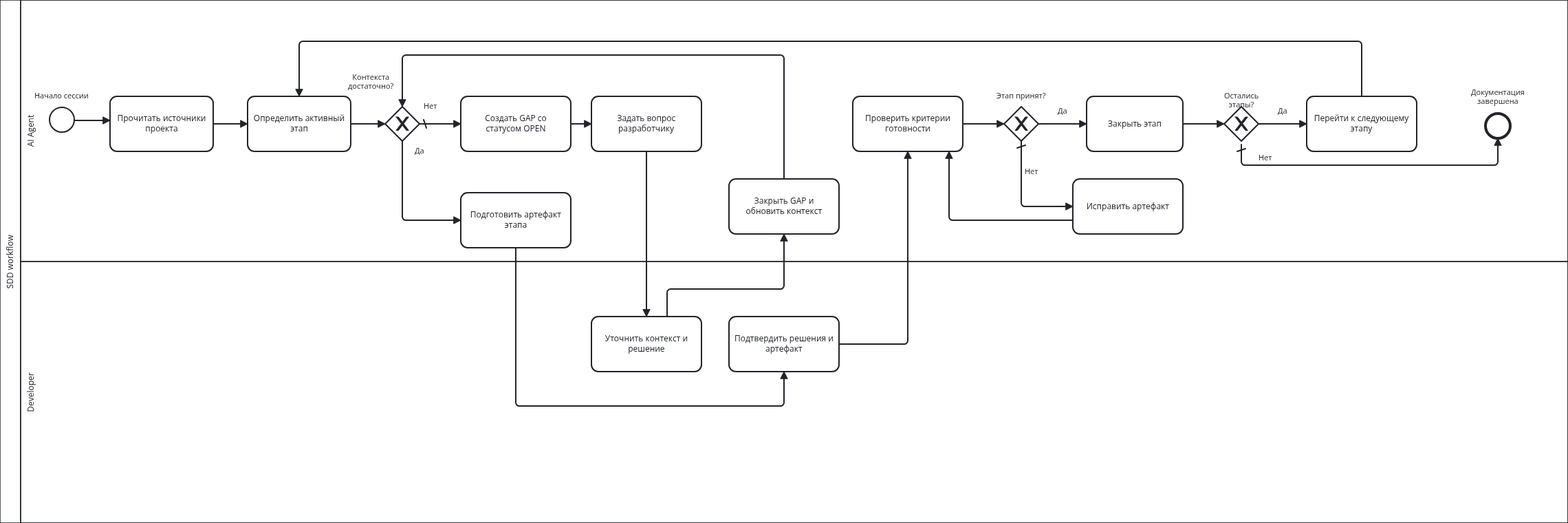
Earlier version of the BPMN export .diagrams/SDD-Development-Process.png (Druk83/sdd-template). Its source is kept beside it as .diagrams/SDD-Development-Process.bpmn. Ids are renumbered.
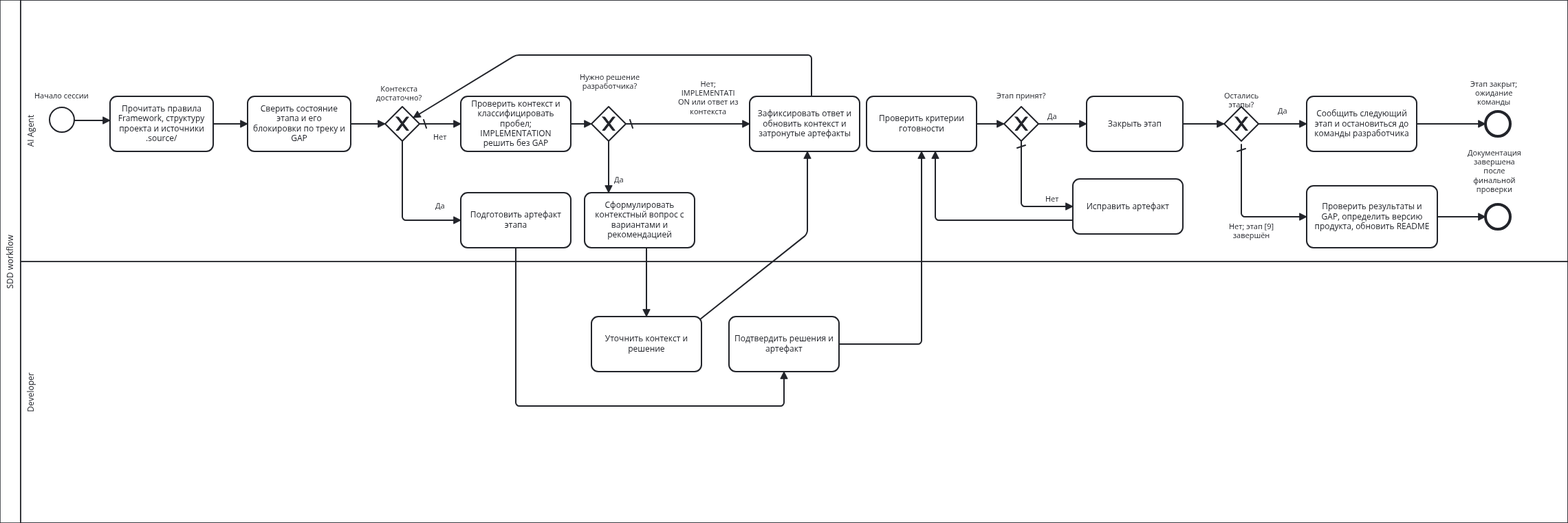
After the commit.

What changed in the source:
```diff
@@ -8,31 +8,33 @@
         <bpmn:flowNodeRef>Task_ReadContext</bpmn:flowNodeRef>
         <bpmn:flowNodeRef>Task_DetermineStage</bpmn:flowNodeRef>
         <bpmn:flowNodeRef>Gateway_Context</bpmn:flowNodeRef>
-        <bpmn:flowNodeRef>Task_UpdateContext</bpmn:flowNodeRef>
-        <bpmn:flowNodeRef>Task_ValidateArtifact</bpmn:flowNodeRef>
         <bpmn:flowNodeRef>Gateway_Acceptance</bpmn:flowNodeRef>
         <bpmn:flowNodeRef>Task_ReviseArtifact</bpmn:flowNodeRef>
         <bpmn:flowNodeRef>Task_CloseStage</bpmn:flowNodeRef>
         <bpmn:flowNodeRef>Gateway_MoreStages</bpmn:flowNodeRef>
         <bpmn:flowNodeRef>Task_AdvanceStage</bpmn:flowNodeRef>
         <bpmn:flowNodeRef>EndEvent_Completed</bpmn:flowNodeRef>
+        <bpmn:flowNodeRef>EndEvent_StageClosed</bpmn:flowNodeRef>
         <bpmn:flowNodeRef>StartEvent_Session</bpmn:flowNodeRef>
         <bpmn:flowNodeRef>Task_CreateGap</bpmn:flowNodeRef>
+        <bpmn:flowNodeRef>Gateway_GapNeedsDecision</bpmn:flowNodeRef>
+        <bpmn:flowNodeRef>Task_PrepareArtifact</bpmn:flowNodeRef>
+        <bpmn:flowNodeRef>Task_Finalize</bpmn:flowNodeRef>
         <bpmn:flowNodeRef>Task_RequestClarification</bpmn:flowNodeRef>
-        <bpmn:flowNodeRef>Task_PrepareArtifact</bpmn:flowNodeRef>
+        <bpmn:flowNodeRef>Task_ValidateArtifact</bpmn:flowNodeRef>
+        <bpmn:flowNodeRef>Task_UpdateContext</bpmn:flowNodeRef>
       </bpmn:lane>
       <bpmn:lane id="Lane_Developer" name="Developer">
         <bpmn:flowNodeRef>Task_ProvideClarification</bpmn:flowNodeRef>
         <bpmn:flowNodeRef>Task_ConfirmArtifact</bpmn:flowNodeRef>
       </bpmn:lane>
     </bpmn:laneSet>
-    <bpmn:task id="Task_ReadContext" name="Прочитать источники проекта">
+    <bpmn:task id="Task_ReadContext" name="Прочитать правила Framework, структуру проекта и источники .source/">
       <bpmn:incoming>Flow_Start_Read</bpmn:incoming>
       <bpmn:outgoing>Flow_Read_Determine</bpmn:outgoing>
     </bpmn:task>
-    <bpmn:task id="Task_DetermineStage" name="Определить активный этап">
+    <bpmn:task id="Task_DetermineStage" name="Сверить состояние этапа и его блокировки по треку и GAP">
       <bpmn:incoming>Flow_Read_Determine</bpmn:incoming>
-      <bpmn:incoming>Flow_Advance_Determine</bpmn:incoming>
       <bpmn:outgoing>Flow_Determine_Context</bpmn:outgoing>
     </bpmn:task>
     <bpmn:exclusiveGateway id="Gateway_Context" name="Контекста достаточно?" default="Flow_Context_No">
@@ -45,18 +47,14 @@
       <bpmn:incoming>Flow_Request_Provide</bpmn:incoming>
       <bpmn:outgoing>Flow_Provide_Update</bpmn:outgoing>
     </bpmn:task>
-    <bpmn:task id="Task_UpdateContext" name="Закрыть GAP и обновить контекст">
-      <bpmn:incoming>Flow_Provide_Update</bpmn:incoming>
-      <bpmn:outgoing>Flow_Update_Context</bpmn:outgoing>
-    </bpmn:task>
+    <bpmn:exclusiveGateway id="Gateway_GapNeedsDecision" name="Нужно решение разработчика?" default="Flow_Gap_Internal">
+      <bpmn:incoming>Flow_Gap_Request</bpmn:incoming>
+      <bpmn:outgoing>Flow_Gap_Ask</bpmn:outgoing>
+      <bpmn:outgoing>Flow_Gap_Internal</bpmn:outgoing>
+    </bpmn:exclusiveGateway>
     <bpmn:task id="Task_ConfirmArtifact" name="Подтвердить решения и артефакт">
       <bpmn:incoming>Flow_Prepare_Confirm</bpmn:incoming>
       <bpmn:outgoing>Flow_Confirm_Validate</bpmn:outgoing>
-    </bpmn:task>
-    <bpmn:task id="Task_ValidateArtifact" name="Проверить критерии готовности">
-      <bpmn:incoming>Flow_Confirm_Validate</bpmn:incoming>
-      <bpmn:incoming>Flow_Revise_Validate</bpmn:incoming>
-      <bpmn:outgoing>Flow_Validate_Acceptance</bpmn:outgoing>
     </bpmn:task>
     <bpmn:exclusiveGateway id="Gateway_Acceptance" name="Этап принят?" default="Flow_Accept_No">
       <bpmn:incoming>Flow_Validate_Acceptance</bpmn:incoming>
@@ -76,19 +74,24 @@
       <bpmn:outgoing>Flow_More_Yes</bpmn:outgoing>
       <bpmn:outgoing>Flow_More_No</bpmn:outgoing>
     </bpmn:exclusiveGateway>
-    <bpmn:task id="Task_AdvanceStage" name="Перейти к следующему этапу">
+    <bpmn:task id="Task_AdvanceStage" name="Сообщить следующий этап и остановиться до команды разработчика">
       <bpmn:incoming>Flow_More_Yes</bpmn:incoming>
-      <bpmn:outgoing>Flow_Advance_Determine</bpmn:outgoing>
+      <bpmn:outgoing>Flow_StageClosed</bpmn:outgoing>
     </bpmn:task>
-    <bpmn:endEvent id="EndEvent_Completed" name="Документация завершена">
-      <bpmn:incoming>Flow_More_No</bpmn:incoming>
+    <bpmn:endEvent id="EndEvent_Completed" name="Документация завершена после финальной проверки">
+      <bpmn:incoming>Flow_Finalize_Complete</bpmn:incoming>
+    </bpmn:endEvent>
+    <bpmn:endEvent id="EndEvent_StageClosed" name="Этап закрыт; ожидание команды">
+      <bpmn:incoming>Flow_StageClosed</bpmn:incoming>
     </bpmn:endEvent>
     <bpmn:sequenceFlow id="Flow_Start_Read" sourceRef="StartEvent_Session" targetRef="Task_ReadContext" />
     <bpmn:sequenceFlow id="Flow_Read_Determine" sourceRef="Task_ReadContext" targetRef="Task_DetermineStage" />
     <bpmn:sequenceFlow id="Flow_Determine_Context" sourceRef="Task_DetermineStage" targetRef="Gateway_Context" />
     <bpmn:sequenceFlow id="Flow_Context_Yes" name="Да" sourceRef="Gateway_Context" targetRef="Task_PrepareArtifact" />
     <bpmn:sequenceFlow id="Flow_Context_No" name="Нет" sourceRef="Gateway_Context" targetRef="Task_CreateGap" />
-    <bpmn:sequenceFlow id="Flow_Gap_Request" sourceRef="Task_CreateGap" targetRef="Task_RequestClarification" />
+    <bpmn:sequenceFlow id="Flow_Gap_Request" sourceRef="Task_CreateGap" targetRef="Gateway_GapNeedsDecision" />
+    <bpmn:sequenceFlow id="Flow_Gap_Ask" name="Да" sourceRef="Gateway_GapNeedsDecision" targetRef="Task_RequestClarification" />
+    <bpmn:sequenceFlow id="Flow_Gap_Internal" name="Нет; IMPLEMENTATION или ответ из контекста" sourceRef="Gateway_GapNeedsDecision" targetRef="Task_UpdateContext" />
     <bpmn:sequenceFlow id="Flow_Request_Provide" sourceRef="Task_RequestClarification" targetRef="Task_ProvideClarification" />
     <bpmn:sequenceFlow id="Flow_Provide_Update" sourceRef="Task_ProvideClarification" targetRef="Task_UpdateContext" />
     <bpmn:sequenceFlow id="Flow_Update_Context" sourceRef="Task_UpdateContext" targetRef="Gateway_Context" />
@@ -100,22 +103,37 @@
     <bpmn:sequenceFlow id="Flow_Revise_Validate" sourceRef="Task_ReviseArtifact" targetRef="Task_ValidateArtifact" />
     <bpmn:sequenceFlow id="Flow_Close_More" sourceRef="Task_CloseStage" targetRef="Gateway_MoreStages" />
     <bpmn:sequenceFlow id="Flow_More_Yes" name="Да" sourceRef="Gateway_MoreStages" targetRef="Task_AdvanceStage" />
-    <bpmn:sequenceFlow id="Flow_More_No" name="Нет" sourceRef="Gateway_MoreStages" targetRef="EndEvent_Completed" />
-    <bpmn:sequenceFlow id="Flow_Advance_Determine" sourceRef="Task_AdvanceStage" targetRef="Task_DetermineStage" />
+    <bpmn:sequenceFlow id="Flow_More_No" name="Нет; этап [9] завершён" sourceRef="Gateway_MoreStages" targetRef="Task_Finalize" />
+    <bpmn:sequenceFlow id="Flow_StageClosed" sourceRef="Task_AdvanceStage" targetRef="EndEvent_StageClosed" />
+    <bpmn:sequenceFlow id="Flow_Finalize_Complete" sourceRef="Task_Finalize" targetRef="EndEvent_Completed" />
     <bpmn:startEvent id="StartEvent_Session" name="Начало сессии">
       <bpmn:outgoing>Flow_Start_Read</bpmn:outgoing>
     </bpmn:startEvent>
-    <bpmn:task id="Task_CreateGap" name="Создать GAP со статусом OPEN">
+    <bpmn:task id="Task_CreateGap" name="Проверить контекст и классифицировать пробел; IMPLEMENTATION решить без GAP">
       <bpmn:incoming>Flow_Context_No</bpmn:incoming>
       <bpmn:outgoing>Flow_Gap_Request</bpmn:outgoing>
-    </bpmn:task>
-    <bpmn:task id="Task_RequestClarification" name="Задать вопрос разработчику">
-      <bpmn:incoming>Flow_Gap_Request</bpmn:incoming>
-      <bpmn:outgoing>Flow_Request_Provide</bpmn:outgoing>
     </bpmn:task>
     <bpmn:task id="Task_PrepareArtifact" name="Подготовить артефакт этапа">
       <bpmn:incoming>Flow_Context_Yes</bpmn:incoming>
       <bpmn:outgoing>Flow_Prepare_Confirm</bpmn:outgoing>
+    </bpmn:task>
+    <bpmn:task id="Task_Finalize" name="Проверить результаты и GAP, определить версию продукта, обновить README">
+      <bpmn:incoming>Flow_More_No</bpmn:incoming>
+      <bpmn:outgoing>Flow_Finalize_Complete</bpmn:outgoing>
+    </bpmn:task>
+    <bpmn:task id="Task_RequestClarification" name="Сформулировать контекстный вопрос с вариантами и рекомендацией">
+      <bpmn:incoming>Flow_Gap_Ask</bpmn:incoming>
+      <bpmn:outgoing>Flow_Request_Provide</bpmn:outgoing>
+    </bpmn:task>
+    <bpmn:task id="Task_ValidateArtifact" name="Проверить критерии готовности">
+      <bpmn:incoming>Flow_Confirm_Validate</bpmn:incoming>
+      <bpmn:incoming>Flow_Revise_Validate</bpmn:incoming>
+      <bpmn:outgoing>Flow_Validate_Acceptance</bpmn:outgoing>
+    </bpmn:task>
+    <bpmn:task id="Task_UpdateContext" name="Зафиксировать ответ и обновить контекст и затронутые артефакты">
+      <bpmn:incoming>Flow_Provide_Update</bpmn:incoming>
+      <bpmn:incoming>Flow_Gap_Internal</bpmn:incoming>
+      <bpmn:outgoing>Flow_Update_Context</bpmn:outgoing>
     </bpmn:task>
   </bpmn:process>
   <bpmndi:BPMNDiagram id="BPMNDiagram_SDD">
@@ -138,20 +156,20 @@
       <bpmndi:BPMNShape id="Gateway_Context_di" bpmnElement="Gateway_Context" isMarkerVisible="true">
         <dc:Bounds x="600" y="195" width="50" height="50" />
         <bpmndi:BPMNLabel>
-          <dc:Bounds x="548" y="146" width="63" height="27" />
+          <dc:Bounds x="561" y="163" width="118" height="14" />
         </bpmndi:BPMNLabel>
       </bpmndi:BPMNShape>
       <bpmndi:BPMNShape id="Task_ProvideClarification_di" bpmnElement="Task_ProvideClarification">
         <dc:Bounds x="900" y="500" width="160" height="80" />
       </bpmndi:BPMNShape>
-      <bpmndi:BPMNShape id="Task_UpdateContext_di" bpmnElement="Task_UpdateContext">
-        <dc:Bounds x="1100" y="300" width="160" height="80" />
+      <bpmndi:BPMNShape id="Gateway_GapNeedsDecision_di" bpmnElement="Gateway_GapNeedsDecision" isMarkerVisible="true">
+        <dc:Bounds x="900" y="195" width="50" height="50" />
+        <bpmndi:BPMNLabel>
+          <dc:Bounds x="872" y="146" width="110" height="32" />
+        </bpmndi:BPMNLabel>
       </bpmndi:BPMNShape>
       <bpmndi:BPMNShape id="Task_ConfirmArtifact_di" bpmnElement="Task_ConfirmArtifact">
         <dc:Bounds x="1100" y="500" width="160" height="80" />
-      </bpmndi:BPMNShape>
-      <bpmndi:BPMNShape id="Task_ValidateArtifact_di" bpmnElement="Task_ValidateArtifact">
-        <dc:Bounds x="1280" y="180" width="160" height="80" />
       </bpmndi:BPMNShape>
       <bpmndi:BPMNShape id="Gateway_Acceptance_di" bpmnElement="Gateway_Acceptance" isMarkerVisible="true">
         <dc:Bounds x="1500" y="195" width="50" height="50" />
@@ -175,9 +193,15 @@
         <dc:Bounds x="1940" y="180" width="160" height="80" />
       </bpmndi:BPMNShape>
       <bpmndi:BPMNShape id="EndEvent_Completed_di" bpmnElement="EndEvent_Completed">
-        <dc:Bounds x="2200" y="205" width="36" height="36" />
+        <dc:Bounds x="2200" y="337" width="36" height="36" />
         <bpmndi:BPMNLabel>
-          <dc:Bounds x="2182" y="167.5" width="72" height="27" />
+          <dc:Bounds x="2142" y="256" width="142" height="27" />
+        </bpmndi:BPMNLabel>
+      </bpmndi:BPMNShape>
+      <bpmndi:BPMNShape id="EndEvent_StageClosed_di" bpmnElement="EndEvent_StageClosed">
+        <dc:Bounds x="2200" y="202" width="36" height="36" />
+        <bpmndi:BPMNLabel>
+          <dc:Bounds x="2163" y="156" width="99" height="27" />
         </bpmndi:BPMNLabel>
       </bpmndi:BPMNShape>
       <bpmndi:BPMNShape id="StartEvent_Session_di" bpmnElement="StartEvent_Session">
@@ -189,11 +213,20 @@
       <bpmndi:BPMNShape id="Task_CreateGap_di" bpmnElement="Task_CreateGap">
         <dc:Bounds x="710" y="180" width="160" height="80" />
       </bpmndi:BPMNShape>
-      <bpmndi:BPMNShape id="Task_RequestClarification_di" bpmnElement="Task_RequestClarification">
-        <dc:Bounds x="900" y="180" width="160" height="80" />
-      </bpmndi:BPMNShape>
       <bpmndi:BPMNShape id="Task_PrepareArtifact_di" bpmnElement="Task_PrepareArtifact">
         <dc:Bounds x="710" y="320" width="160" height="80" />
+      </bpmndi:BPMNShape>
+      <bpmndi:BPMNShape id="Task_Finalize_di" bpmnElement="Task_Finalize">
+        <dc:Bounds x="1940" y="310" width="190" height="90" />
+      </bpmndi:BPMNShape>
+      <bpmndi:BPMNShape id="Task_RequestClarification_di" bpmnElement="Task_RequestClarification">
+        <dc:Bounds x="890" y="320" width="160" height="80" />
+      </bpmndi:BPMNShape>
+      <bpmndi:BPMNShape id="Task_ValidateArtifact_di" bpmnElement="Task_ValidateArtifact">
+        <dc:Bounds x="1300" y="180" width="160" height="80" />
+      </bpmndi:BPMNShape>
+      <bpmndi:BPMNShape id="Task_UpdateContext_di" bpmnElement="Task_UpdateContext">
+        <dc:Bounds x="1130" y="180" width="160" height="80" />
       </bpmndi:BPMNShape>
       <bpmndi:BPMNEdge id="Flow_Start_Read_di" bpmnElement="Flow_Start_Read">
         <di:waypoint x="148" y="215" />
@@ -212,35 +245,48 @@
         <di:waypoint x="625" y="360" />
         <di:waypoint x="710" y="360" />
         <bpmndi:BPMNLabel>
-          <dc:Bounds x="643" y="253" width="13" height="14" />
+          <dc:Bounds x="673" y="333" width="14" height="14" />
         </bpmndi:BPMNLabel>
       </bpmndi:BPMNEdge>
       <bpmndi:BPMNEdge id="Flow_Context_No_di" bpmnElement="Flow_Context_No">
         <di:waypoint x="650" y="220" />
         <di:waypoint x="710" y="220" />
         <bpmndi:BPMNLabel>
-          <dc:Bounds x="656" y="188" width="20" height="14" />
+          <dc:Bounds x="670" y="233" width="19" height="14" />
         </bpmndi:BPMNLabel>
       </bpmndi:BPMNEdge>
       <bpmndi:BPMNEdge id="Flow_Gap_Request_di" bpmnElement="Flow_Gap_Request">
         <di:waypoint x="870" y="220" />
         <di:waypoint x="900" y="220" />
       </bpmndi:BPMNEdge>
+      <bpmndi:BPMNEdge id="Flow_Gap_Ask_di" bpmnElement="Flow_Gap_Ask">
+        <di:waypoint x="925" y="245" />
+        <di:waypoint x="925" y="320" />
+        <bpmndi:BPMNLabel>
+          <dc:Bounds x="933" y="295" width="14" height="14" />
+        </bpmndi:BPMNLabel>
+      </bpmndi:BPMNEdge>
+      <bpmndi:BPMNEdge id="Flow_Gap_Internal_di" bpmnElement="Flow_Gap_Internal">
+        <di:waypoint x="950" y="220" />
+        <di:waypoint x="1130" y="220" />
+        <bpmndi:BPMNLabel>
+          <dc:Bounds x="1020" y="156" width="100" height="53" />
+        </bpmndi:BPMNLabel>
+      </bpmndi:BPMNEdge>
       <bpmndi:BPMNEdge id="Flow_Request_Provide_di" bpmnElement="Flow_Request_Provide">
-        <di:waypoint x="980" y="260" />
+        <di:waypoint x="980" y="400" />
         <di:waypoint x="980" y="500" />
       </bpmndi:BPMNEdge>
       <bpmndi:BPMNEdge id="Flow_Provide_Update_di" bpmnElement="Flow_Provide_Update">
-        <di:waypoint x="1010" y="500" />
-        <di:waypoint x="1010" y="460" />
-        <di:waypoint x="1180" y="460" />
-        <di:waypoint x="1180" y="380" />
+        <di:waypoint x="1058" y="504" />
+        <di:waypoint x="1214" y="380" />
+        <di:waypoint x="1214" y="260" />
       </bpmndi:BPMNEdge>
       <bpmndi:BPMNEdge id="Flow_Update_Context_di" bpmnElement="Flow_Update_Context">
-        <di:waypoint x="1180" y="300" />
-        <di:waypoint x="1180" y="120" />
-        <di:waypoint x="625" y="120" />
-        <di:waypoint x="625" y="195" />
+        <di:waypoint x="1220" y="180" />
+        <di:waypoint x="1220" y="120" />
+        <di:waypoint x="790" y="120" />
+        <di:waypoint x="641" y="211" />
       </bpmndi:BPMNEdge>
       <bpmndi:BPMNEdge id="Flow_Prepare_Confirm_di" bpmnElement="Flow_Prepare_Confirm">
         <di:waypoint x="790" y="400" />
@@ -250,26 +296,32 @@
       </bpmndi:BPMNEdge>
       <bpmndi:BPMNEdge id="Flow_Confirm_Validate_di" bpmnElement="Flow_Confirm_Validate">
         <di:waypoint x="1260" y="540" />
-        <di:waypoint x="1360" y="540" />
-        <di:waypoint x="1360" y="260" />
+        <di:waypoint x="1380" y="540" />
+        <di:waypoint x="1380" y="260" />
       </bpmndi:BPMNEdge>
       <bpmndi:BPMNEdge id="Flow_Validate_Acceptance_di" bpmnElement="Flow_Validate_Acceptance">
-        <di:waypoint x="1440" y="220" />
+        <di:waypoint x="1460" y="220" />
         <di:waypoint x="1500" y="220" />
       </bpmndi:BPMNEdge>
       <bpmndi:BPMNEdge id="Flow_Accept_Yes_di" bpmnElement="Flow_Accept_Yes">
         <di:waypoint x="1550" y="220" />
         <di:waypoint x="1620" y="220" />
+        <bpmndi:BPMNLabel>
+          <dc:Bounds x="1563" y="203" width="14" height="14" />
+        </bpmndi:BPMNLabel>
       </bpmndi:BPMNEdge>
       <bpmndi:BPMNEdge id="Flow_Accept_No_di" bpmnElement="Flow_Accept_No">
         <di:waypoint x="1525" y="245" />
         <di:waypoint x="1525" y="340" />
         <di:waypoint x="1600" y="340" />
+        <bpmndi:BPMNLabel>
+          <dc:Bounds x="1560" y="323" width="19" height="14" />
+        </bpmndi:BPMNLabel>
       </bpmndi:BPMNEdge>
       <bpmndi:BPMNEdge id="Flow_Revise_Validate_di" bpmnElement="Flow_Revise_Validate">
         <di:waypoint x="1600" y="360" />
-        <di:waypoint x="1420" y="360" />
-        <di:waypoint x="1420" y="260" />
+        <di:waypoint x="1400" y="360" />
+        <di:waypoint x="1400" y="260" />
       </bpmndi:BPMNEdge>
       <bpmndi:BPMNEdge id="Flow_Close_More_di" bpmnElement="Flow_Close_More">
         <di:waypoint x="1760" y="220" />
@@ -281,18 +333,19 @@
       </bpmndi:BPMNEdge>
       <bpmndi:BPMNEdge id="Flow_More_No_di" bpmnElement="Flow_More_No">
         <di:waypoint x="1845" y="250" />
-        <di:waypoint x="1845" y="280" />
-        <di:waypoint x="2218" y="280" />
-        <di:waypoint x="2218" y="241" />
+        <di:waypoint x="1845" y="355" />
+        <di:waypoint x="1940" y="355" />
         <bpmndi:BPMNLabel>
-          <dc:Bounds x="1870" y="263" width="20" height="14" />
+          <dc:Bounds x="1802" y="363" width="116" height="14" />
         </bpmndi:BPMNLabel>
       </bpmndi:BPMNEdge>
-      <bpmndi:BPMNEdge id="Flow_Advance_Determine_di" bpmnElement="Flow_Advance_Determine">
-        <di:waypoint x="2020" y="180" />
-        <di:waypoint x="2020" y="100" />
-        <di:waypoint x="475" y="100" />
-        <di:waypoint x="475" y="180" />
+      <bpmndi:BPMNEdge id="Flow_StageClosed_di" bpmnElement="Flow_StageClosed">
+        <di:waypoint x="2100" y="220" />
+        <di:waypoint x="2200" y="220" />
+      </bpmndi:BPMNEdge>
+      <bpmndi:BPMNEdge id="Flow_Finalize_Complete_di" bpmnElement="Flow_Finalize_Complete">
+        <di:waypoint x="2130" y="355" />
+        <di:waypoint x="2200" y="355" />
       </bpmndi:BPMNEdge>
     </bpmndi:BPMNPlane>
   </bpmndi:BPMNDiagram>
```
